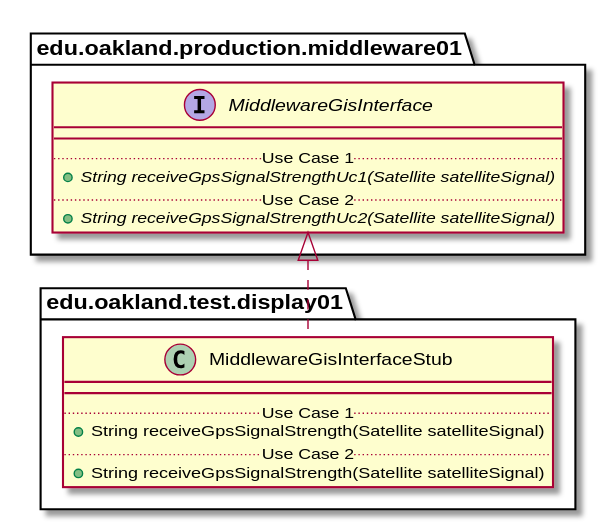
Above: docs/uml-class-diagrams/display01/test/MiddlewareGisInterfaceStub/MiddlewareGisInterfaceStub_Closure.svg in andrewdimmer/csi-3370-software-project (PlantUML), before the change.
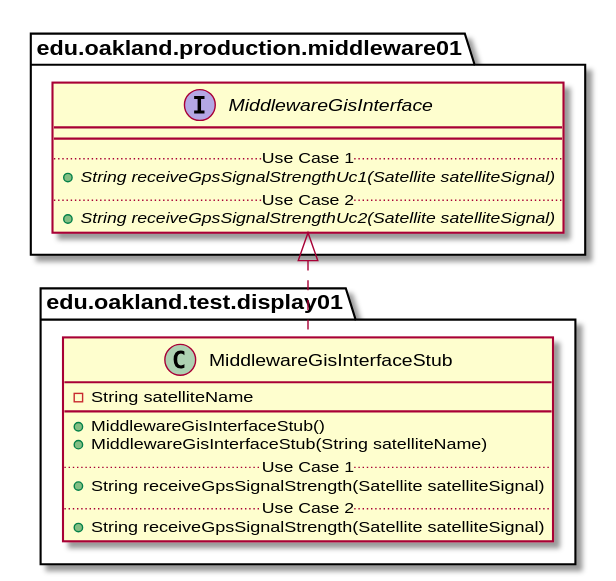
After the commit.

Change to the diagram source:
```diff
@@ -3,7 +3,10 @@
 
 package edu.oakland.test.display01 {
     class MiddlewareGisInterfaceStub {
+        - String satelliteName
         __
+        + MiddlewareGisInterfaceStub()
+        + MiddlewareGisInterfaceStub(String satelliteName)
         .. Use Case 1 ..
         + String receiveGpsSignalStrength(Satellite satelliteSignal)
         .. Use Case 2 ..
```
